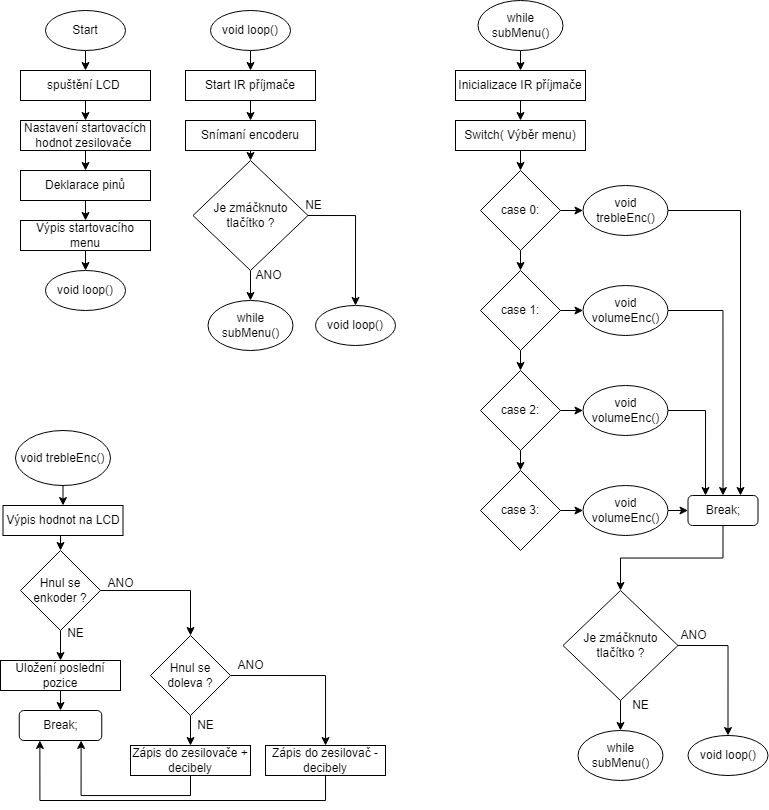
This is Code_flowchart.png from Polkorabjaroslav/Project_adruinonano_encodermenu, a draw.io export, as it was before one commit. Source tidied: cells renumbered, new cells last; positions are measured from the earlier drawing's top-left corner, leaving out a move shared by most shapes.
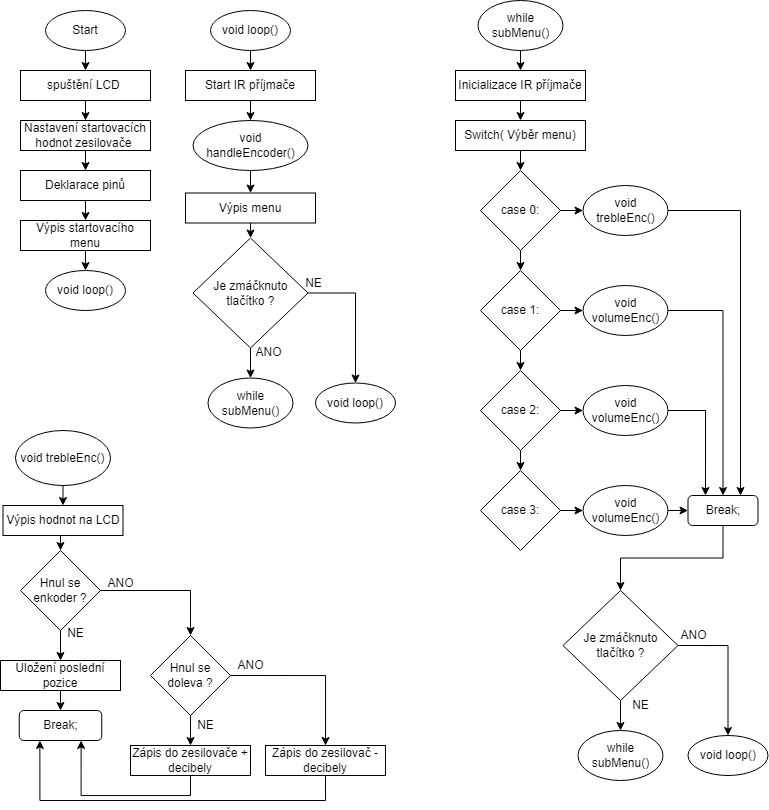
Later version of the same file.

Diff of the diagram source:
```diff
@@ -41,20 +41,19 @@
     <mxCell id="14" value="void loop()" style="ellipse;whiteSpace=wrap;html=1;" parent="1" vertex="1">
       <mxGeometry x="210" y="10" width="80" height="40" as="geometry" />
     </mxCell>
-    <mxCell id="15" style="edgeStyle=orthogonalEdgeStyle;rounded=0;jettySize=auto;html=1;exitX=0.5;exitY=1;exitDx=0;exitDy=0;entryX=0.5;entryY=0;entryDx=0;entryDy=0;" parent="1" edge="1" source="16" target="18">
-      <mxGeometry relative="1" as="geometry" />
+    <mxCell id="15" style="edgeStyle=orthogonalEdgeStyle;rounded=0;jettySize=auto;html=1;exitX=0.5;exitY=1;exitDx=0;exitDy=0;entryX=0.5;entryY=0;entryDx=0;entryDy=0;" parent="1" edge="1" source="16">
+      <mxGeometry relative="1" as="geometry">
+        <mxPoint x="250" y="120" as="targetPoint" />
+      </mxGeometry>
     </mxCell>
     <mxCell id="16" value="Start IR příjmače" style="rounded=0;whiteSpace=wrap;html=1;" parent="1" vertex="1">
       <mxGeometry x="185" y="70" width="130" height="30" as="geometry" />
     </mxCell>
-    <mxCell id="17" style="edgeStyle=orthogonalEdgeStyle;rounded=0;jettySize=auto;html=1;exitX=0.5;exitY=1;exitDx=0;exitDy=0;entryX=0.5;entryY=0;entryDx=0;entryDy=0;" parent="1" edge="1" source="18" target="22">
-      <mxGeometry relative="1" as="geometry" />
-    </mxCell>
-    <mxCell id="18" value="Snímaní encoderu" style="rounded=0;whiteSpace=wrap;html=1;" parent="1" vertex="1">
-      <mxGeometry x="185" y="120" width="130" height="30" as="geometry" />
-    </mxCell>
+    <mxCell id="82" style="edgeStyle=orthogonalEdgeStyle;rounded=0;jettySize=auto;html=1;entryX=0.5;entryY=0;entryDx=0;entryDy=0;exitX=0.5;exitY=1;exitDx=0;exitDy=0;" parent="1" edge="1" source="85" target="84">
+      <mxGeometry relative="1" as="geometry" />
+    </mxCell>
     <mxCell id="19" value="while subMenu()" style="ellipse;whiteSpace=wrap;html=1;" parent="1" vertex="1">
-      <mxGeometry x="207.5" y="300" width="85" height="50" as="geometry" />
+      <mxGeometry x="207.5" y="377.5" width="85" height="50" as="geometry" />
     </mxCell>
     <mxCell id="20" style="edgeStyle=orthogonalEdgeStyle;rounded=0;jettySize=auto;html=1;exitX=0.5;exitY=1;exitDx=0;exitDy=0;entryX=0.5;entryY=0;entryDx=0;entryDy=0;" parent="1" edge="1" source="22" target="19">
       <mxGeometry relative="1" as="geometry" />
@@ -63,16 +62,16 @@
       <mxGeometry relative="1" as="geometry" />
     </mxCell>
     <mxCell id="22" value="Je zmáčknuto tlačítko ?" style="rhombus;whiteSpace=wrap;html=1;" parent="1" vertex="1">
-      <mxGeometry x="192.5" y="160" width="115" height="110" as="geometry" />
+      <mxGeometry x="192.5" y="237.5" width="115" height="110" as="geometry" />
     </mxCell>
     <mxCell id="23" value="ANO" style="text;html=1;align=center;verticalAlign=middle;strokeColor=none;fillColor=none;" parent="1" vertex="1">
-      <mxGeometry x="242.5" y="260" width="50" height="30" as="geometry" />
+      <mxGeometry x="242.5" y="337.5" width="50" height="30" as="geometry" />
     </mxCell>
     <mxCell id="24" value="NE" style="text;html=1;align=center;verticalAlign=middle;strokeColor=none;fillColor=none;" parent="1" vertex="1">
-      <mxGeometry x="292.5" y="190" width="40" height="30" as="geometry" />
+      <mxGeometry x="292.5" y="267.5" width="40" height="30" as="geometry" />
     </mxCell>
     <mxCell id="25" value="void loop()" style="ellipse;whiteSpace=wrap;html=1;" parent="1" vertex="1">
-      <mxGeometry x="315" y="305" width="80" height="40" as="geometry" />
+      <mxGeometry x="315" y="382.5" width="80" height="40" as="geometry" />
     </mxCell>
     <mxCell id="26" style="edgeStyle=orthogonalEdgeStyle;rounded=0;jettySize=auto;html=1;exitX=0.5;exitY=1;exitDx=0;exitDy=0;entryX=0.5;entryY=0;entryDx=0;entryDy=0;" parent="1" edge="1" source="27" target="29">
       <mxGeometry relative="1" as="geometry" />
@@ -249,5 +248,14 @@
     <mxCell id="81" value="NE" style="text;html=1;align=center;verticalAlign=middle;strokeColor=none;fillColor=none;" parent="1" vertex="1">
       <mxGeometry x="185" y="710" width="40" height="30" as="geometry" />
     </mxCell>
+    <mxCell id="83" style="edgeStyle=orthogonalEdgeStyle;rounded=0;jettySize=auto;html=1;exitX=0.5;exitY=1;exitDx=0;exitDy=0;entryX=0.5;entryY=0;entryDx=0;entryDy=0;" parent="1" edge="1" source="84" target="22">
+      <mxGeometry relative="1" as="geometry" />
+    </mxCell>
+    <mxCell id="84" value="Výpis menu" style="rounded=0;whiteSpace=wrap;html=1;" parent="1" vertex="1">
+      <mxGeometry x="185" y="192.5" width="130" height="30" as="geometry" />
+    </mxCell>
+    <mxCell id="85" value="void handleEncoder()" style="ellipse;whiteSpace=wrap;html=1;" parent="1" vertex="1">
+      <mxGeometry x="192.5" y="120" width="115" height="50" as="geometry" />
+    </mxCell>
   </root>
 </mxGraphModel>
```
